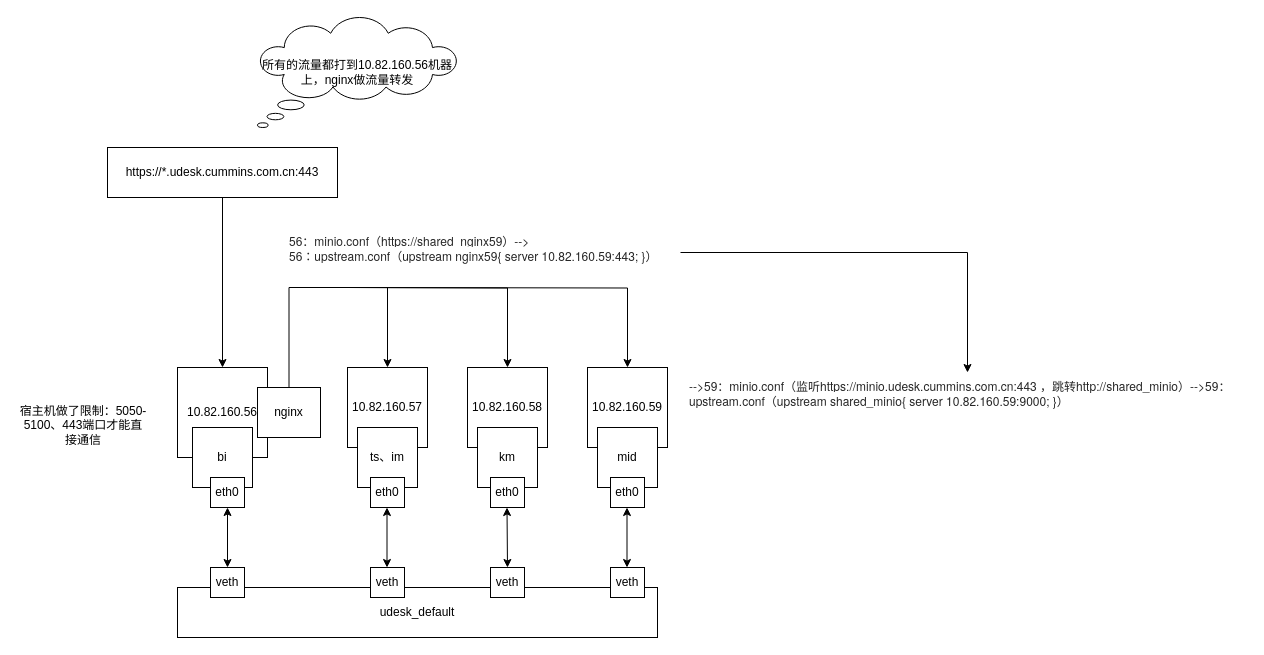
The draw.io diagram docker网络-康明斯.drawio in liuning0927/private_deploy, before the edit. Source tidied: cells renumbered, new cells numbered last; positions are measured from the earlier drawing's top-left corner, leaving out a move shared by most shapes. Both pictures are drawn from the tidied source at 100%, with x=0, y=0 at pixel (17, 17).
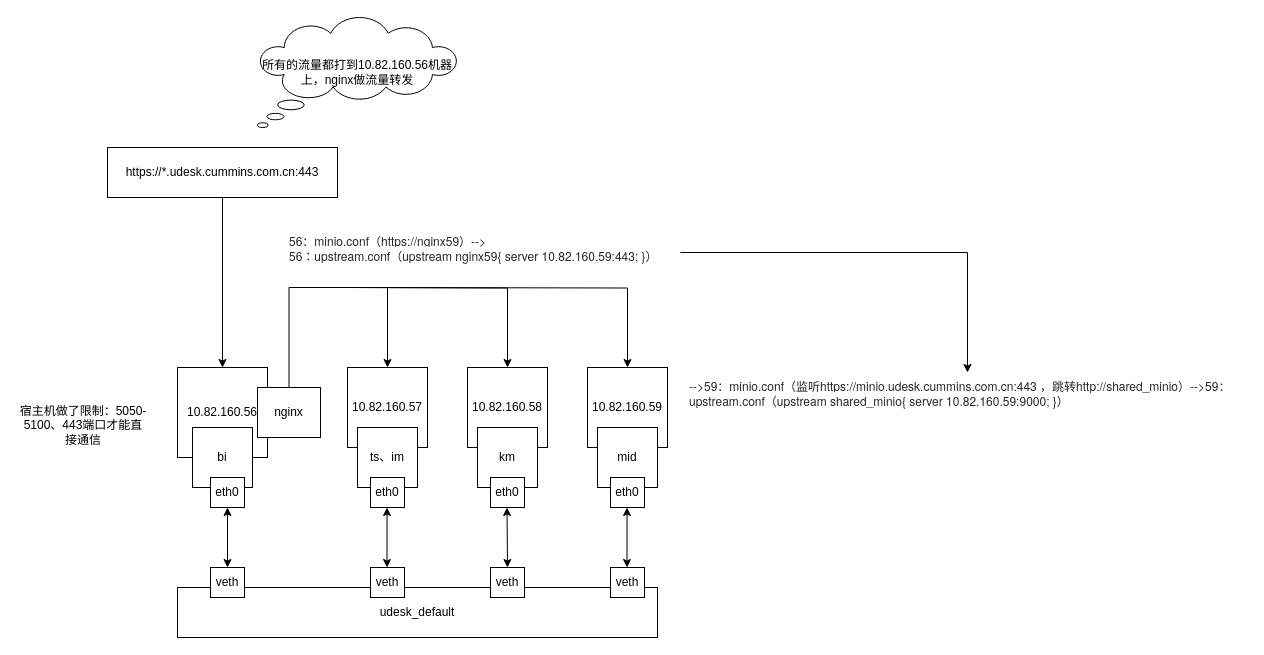
After the change.

Diff of the diagram source:
```diff
@@
-    <mxCell id="30" value="&lt;span style=&quot;border-color: var(--border-color); font-size: 12px; font-style: normal; font-variant-ligatures: normal; font-variant-caps: normal; font-weight: 400; letter-spacing: normal; orphans: 2; text-align: left; text-indent: 0px; text-transform: none; widows: 2; word-spacing: 0px; -webkit-text-stroke-width: 0px; text-decoration-thickness: initial; text-decoration-style: initial; text-decoration-color: initial; color: rgb(38, 38, 38); font-family: &amp;quot;Helvetica Neue&amp;quot;, &amp;quot;Chinese Quote&amp;quot;, BlinkMacSystemFont, &amp;quot;Segoe UI&amp;quot;, Roboto, &amp;quot;PingFang SC&amp;quot;, &amp;quot;Hiragino Sans GB&amp;quot;, &amp;quot;Microsoft YaHei&amp;quot;, &amp;quot;Helvetica Neue&amp;quot;, Helvetica, Arial, sans-serif; background-color: rgb(255, 255, 255); float: none; display: inline !important;&quot;&gt;56：minio.conf（https://shared_nginx59）--&amp;gt;&lt;br&gt;56：upstream.conf（upstream nginx59{ server 10.82.160.59:443; }）&lt;/span&gt;" style="text;whiteSpace=wrap;html=1;" parent="1" vertex="1">
+    <mxCell id="30" value="&lt;span style=&quot;border-color: var(--border-color); font-size: 12px; font-style: normal; font-variant-ligatures: normal; font-variant-caps: normal; font-weight: 400; letter-spacing: normal; orphans: 2; text-align: left; text-indent: 0px; text-transform: none; widows: 2; word-spacing: 0px; -webkit-text-stroke-width: 0px; text-decoration-thickness: initial; text-decoration-style: initial; text-decoration-color: initial; color: rgb(38, 38, 38); font-family: &amp;quot;Helvetica Neue&amp;quot;, &amp;quot;Chinese Quote&amp;quot;, BlinkMacSystemFont, &amp;quot;Segoe UI&amp;quot;, Roboto, &amp;quot;PingFang SC&amp;quot;, &amp;quot;Hiragino Sans GB&amp;quot;, &amp;quot;Microsoft YaHei&amp;quot;, &amp;quot;Helvetica Neue&amp;quot;, Helvetica, Arial, sans-serif; background-color: rgb(255, 255, 255); float: none; display: inline !important;&quot;&gt;56：minio.conf（https://nginx59）--&amp;gt;&lt;br&gt;56：upstream.conf（upstream nginx59{ server 10.82.160.59:443; }）&lt;/span&gt;" style="text;whiteSpace=wrap;html=1;" parent="1" vertex="1">
       <mxGeometry x="270" y="210" width="393" height="50" as="geometry" />
     </mxCell>
```
